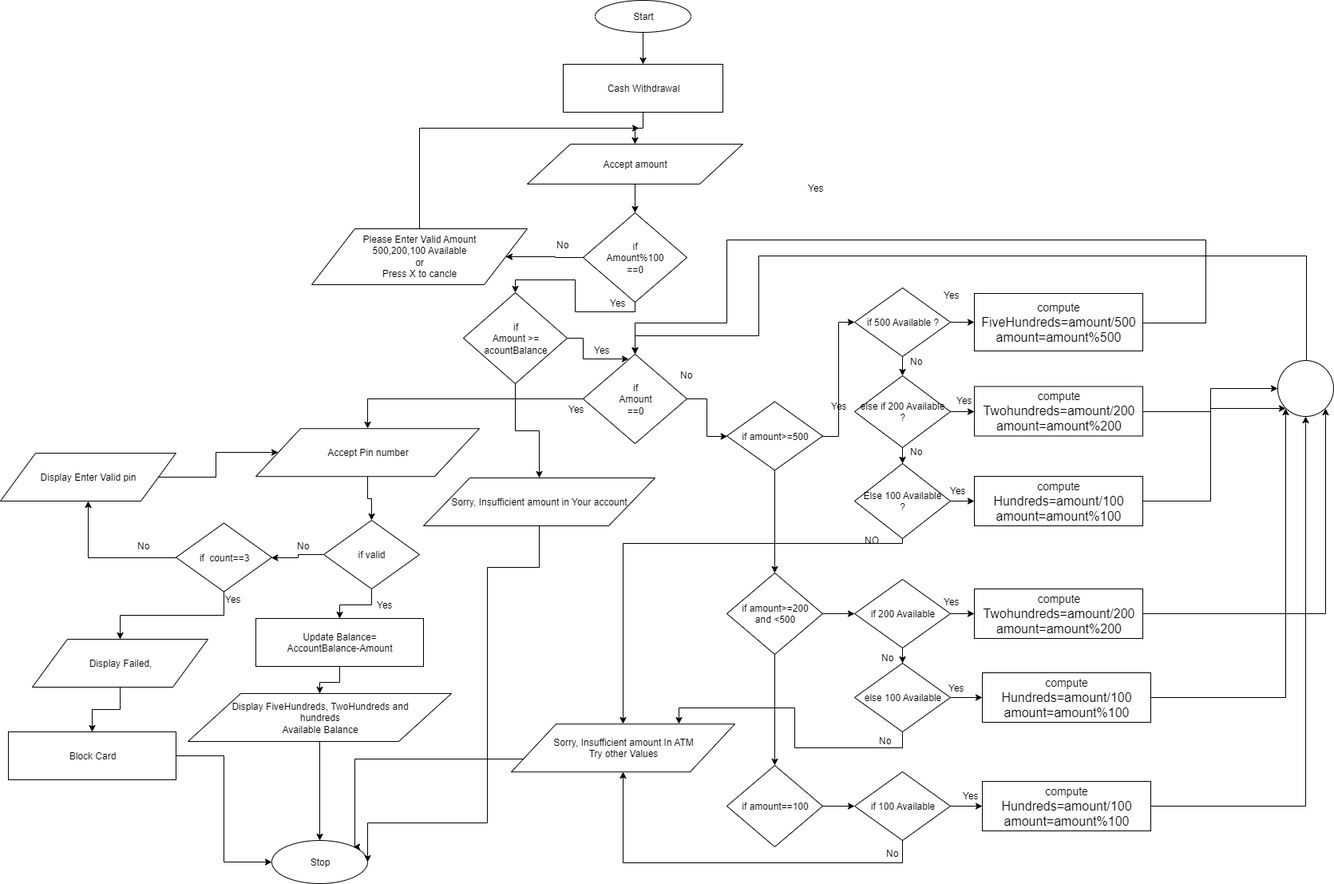
The draw.io diagram ATM Transactions/CashWithdrawal.png in imads33/week1, before a commit. Source tidied: cells renumbered, new cells last; positions are measured from the earlier drawing's top-left corner, leaving out a move shared by most shapes.
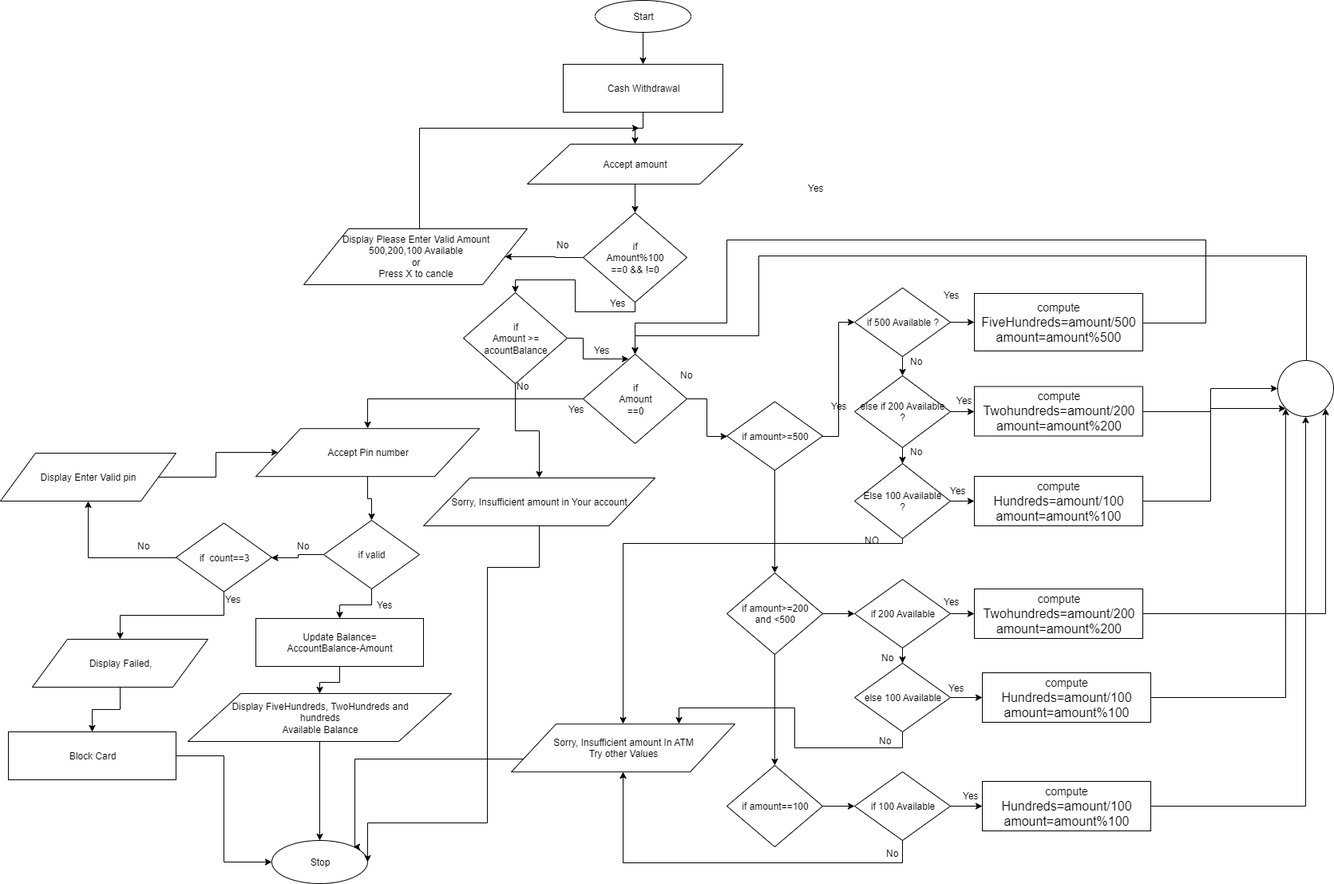
The same file after the commit.

What changed in the source:
```diff
@@ -8,9 +8,9 @@
     <mxCell id="3" value="Start" style="ellipse;whiteSpace=wrap;html=1;" parent="1" vertex="1">
       <mxGeometry x="745" width="120" height="40" as="geometry" />
     </mxCell>
-    <mxCell id="4" style="edgeStyle=orthogonalEdgeStyle;rounded=0;jettySize=auto;html=1;entryX=0.5;entryY=0;entryDx=0;entryDy=0;" parent="1" edge="1" source="5" target="10">
-      <mxGeometry relative="1" as="geometry" />
-    </mxCell>
+    <mxCell id="105" style="edgeStyle=orthogonalEdgeStyle;rounded=0;jettySize=auto;html=1;entryX=0.5;entryY=0;entryDx=0;entryDy=0;" parent="1" edge="1" source="5" target="108">
+      <mxGeometry relative="1" as="geometry" />
+    </mxCell>
     <mxCell id="5" value="Accept amount" style="shape=parallelogram;perimeter=parallelogramPerimeter;whiteSpace=wrap;html=1;" parent="1" vertex="1">
       <mxGeometry x="660" y="180" width="270" height="50" as="geometry" />
     </mxCell>
@@ -24,22 +24,22 @@
     <mxCell id="7" value="Sorry, Insufficient amount In ATM&lt;br&gt;Try other Values" style="shape=parallelogram;perimeter=parallelogramPerimeter;whiteSpace=wrap;html=1;" parent="1" vertex="1">
       <mxGeometry x="640" y="906.2" width="280" height="60" as="geometry" />
     </mxCell>
-    <mxCell id="8" style="edgeStyle=orthogonalEdgeStyle;rounded=0;jettySize=auto;html=1;exitX=0;exitY=0.5;exitDx=0;exitDy=0;entryX=1;entryY=0.5;entryDx=0;entryDy=0;" parent="1" edge="1" source="10" target="15">
-      <mxGeometry relative="1" as="geometry" />
-    </mxCell>
-    <mxCell id="9" style="edgeStyle=orthogonalEdgeStyle;rounded=0;jettySize=auto;html=1;entryX=0.5;entryY=0;entryDx=0;entryDy=0;" parent="1" edge="1" source="10" target="98">
-      <mxGeometry relative="1" as="geometry">
-        <Array as="points">
-          <mxPoint x="795" y="390" />
-          <mxPoint x="720" y="390" />
-          <mxPoint x="720" y="350" />
-          <mxPoint x="645" y="350" />
-        </Array>
-      </mxGeometry>
-    </mxCell>
-    <mxCell id="10" value="if &lt;br&gt;Amount%100&lt;br&gt;==0" style="rhombus;whiteSpace=wrap;html=1;" parent="1" vertex="1">
-      <mxGeometry x="730" y="266" width="130" height="112" as="geometry" />
-    </mxCell>
+    <mxCell id="106" style="edgeStyle=orthogonalEdgeStyle;rounded=0;jettySize=auto;html=1;exitX=0;exitY=0.5;exitDx=0;exitDy=0;entryX=1;entryY=0.5;entryDx=0;entryDy=0;" parent="1" edge="1" source="108" target="110">
+      <mxGeometry relative="1" as="geometry" />
+    </mxCell>
+    <mxCell id="107" style="edgeStyle=orthogonalEdgeStyle;rounded=0;jettySize=auto;html=1;entryX=0.5;entryY=0;entryDx=0;entryDy=0;" parent="1" edge="1" source="108" target="98">
+      <mxGeometry relative="1" as="geometry">
+        <Array as="points">
+          <mxPoint x="795" y="390" />
+          <mxPoint x="720" y="390" />
+          <mxPoint x="720" y="350" />
+          <mxPoint x="645" y="350" />
+        </Array>
+      </mxGeometry>
+    </mxCell>
+    <mxCell id="108" value="if &lt;br&gt;Amount%100&lt;br&gt;==0 &amp;amp;&amp;amp; !=0" style="rhombus;whiteSpace=wrap;html=1;" parent="1" vertex="1">
+      <mxGeometry x="730" y="266" width="130" height="112" as="geometry" />
+    </mxCell>
     <mxCell id="11" style="edgeStyle=orthogonalEdgeStyle;rounded=0;jettySize=auto;html=1;" parent="1" edge="1" source="13" target="22">
       <mxGeometry relative="1" as="geometry" />
     </mxCell>
@@ -49,17 +49,17 @@
     <mxCell id="13" value="if &lt;br&gt;Amount&lt;br&gt;==0" style="rhombus;whiteSpace=wrap;html=1;" parent="1" vertex="1">
       <mxGeometry x="730" y="443" width="130" height="112" as="geometry" />
     </mxCell>
-    <mxCell id="14" style="edgeStyle=orthogonalEdgeStyle;rounded=0;jettySize=auto;html=1;" parent="1" edge="1" source="15">
-      <mxGeometry relative="1" as="geometry">
-        <mxPoint x="800" y="160" as="targetPoint" />
-        <Array as="points">
-          <mxPoint x="525" y="160" />
-        </Array>
-      </mxGeometry>
-    </mxCell>
-    <mxCell id="15" value="Please Enter Valid Amount&lt;br&gt;500,200,100 Available&lt;br&gt;or&lt;br&gt;Press X to cancle" style="shape=parallelogram;perimeter=parallelogramPerimeter;whiteSpace=wrap;html=1;" parent="1" vertex="1">
-      <mxGeometry x="390" y="286" width="270" height="70" as="geometry" />
-    </mxCell>
+    <mxCell id="109" style="edgeStyle=orthogonalEdgeStyle;rounded=0;jettySize=auto;html=1;" parent="1" edge="1" source="110">
+      <mxGeometry relative="1" as="geometry">
+        <mxPoint x="800" y="160" as="targetPoint" />
+        <Array as="points">
+          <mxPoint x="525" y="160" />
+        </Array>
+      </mxGeometry>
+    </mxCell>
+    <mxCell id="110" value="Display Please Enter Valid Amount&lt;br&gt;500,200,100 Available&lt;br&gt;or&lt;br&gt;Press X to cancle" style="shape=parallelogram;perimeter=parallelogramPerimeter;whiteSpace=wrap;html=1;" parent="1" vertex="1">
+      <mxGeometry x="380" y="286" width="280" height="70" as="geometry" />
+    </mxCell>
     <mxCell id="16" value="Stop" style="ellipse;whiteSpace=wrap;html=1;" parent="1" vertex="1">
       <mxGeometry x="340" y="1052" width="120" height="54" as="geometry" />
     </mxCell>
@@ -363,5 +363,8 @@
     <mxCell id="104" value="Update Balance=&lt;br&gt;AccountBalance-Amount" style="rounded=0;whiteSpace=wrap;html=1;" parent="1" vertex="1">
       <mxGeometry x="320" y="774" width="210" height="60" as="geometry" />
     </mxCell>
+    <mxCell id="111" value="No" style="text;html=1;align=left;verticalAlign=top;spacingTop=-4;" parent="1" vertex="1">
+      <mxGeometry x="645" y="473.5" width="30" height="20" as="geometry" />
+    </mxCell>
   </root>
 </mxGraphModel>
```
